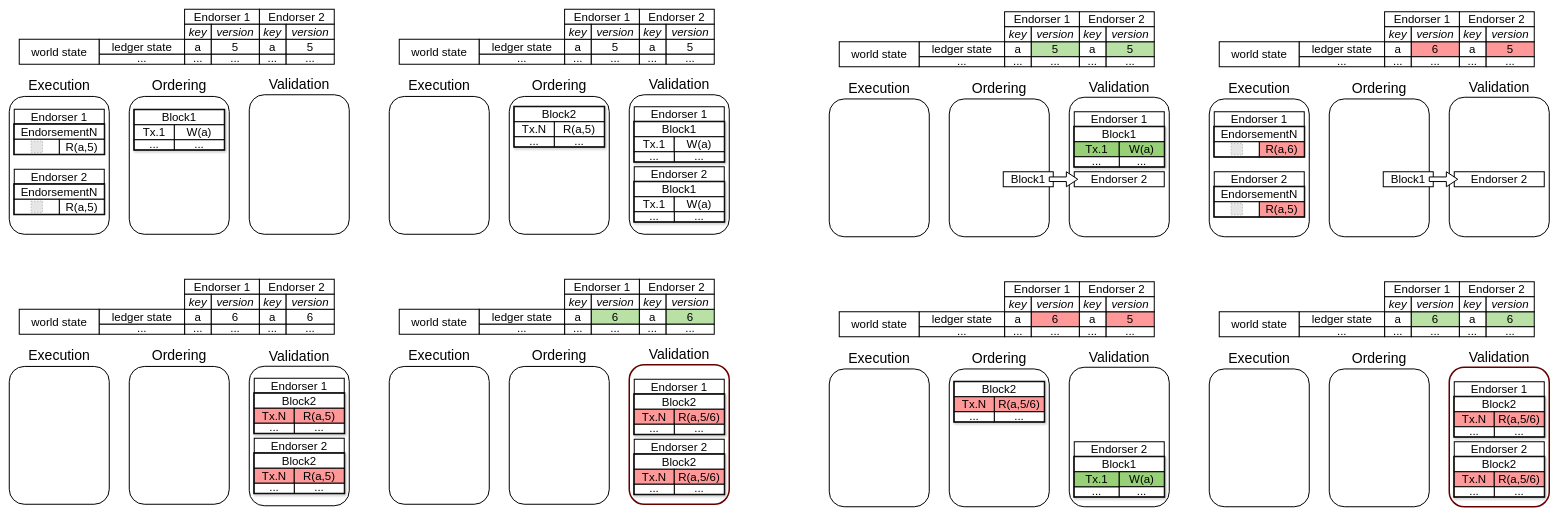
This is page "Page-5" (5 of 5) of diagrams/EndorsementPolicyFailure.drawio from David-Sat/blockbench-setup, a draw.io file, before an edit. Source tidied: cells renumbered, new cells numbered last; positions are measured from the earlier drawing's top-left corner, leaving out a move shared by most shapes. Both pictures are drawn from the tidied source at 50%, with x=0, y=0 at pixel (9, 9). Pictures stored in the file or linked from it are replaced by grey dashed boxes.
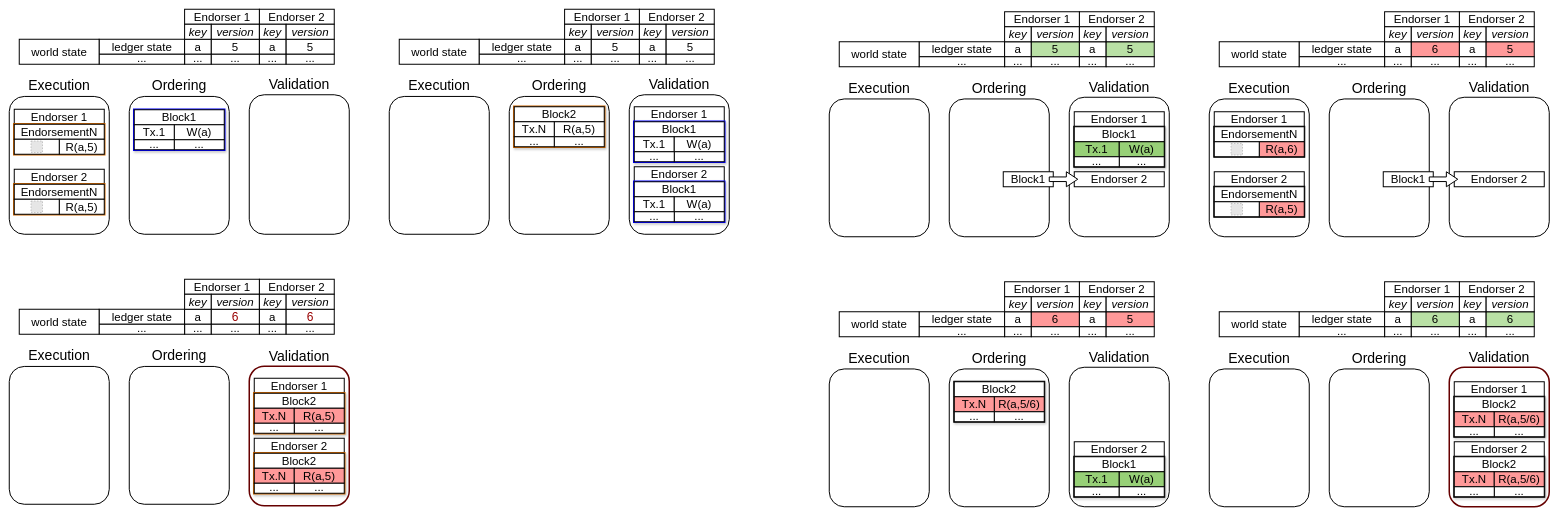
The same page after the edit.

The change refers to these unchanged cells:
```xml
<mxCell id="169" style="group;fontSize=23;fontStyle=0;" parent="1" vertex="1">
  <mxGeometry x="1000" y="140" width="200" height="310" as="geometry" />
</mxCell>
<mxCell id="184" style="group;fontStyle=0;" parent="181" vertex="1">
  <mxGeometry x="10" y="60" width="180" height="90" as="geometry" />
</mxCell>
<mxCell id="192" style="group;fontStyle=0;" parent="181" vertex="1">
  <mxGeometry x="10" y="180" width="180" height="90" as="geometry" />
</mxCell>
<mxCell id="200" style="group;fontSize=23;fontStyle=0;" parent="1" vertex="1">
  <mxGeometry x="240" y="140" width="240" height="310" as="geometry" />
</mxCell>
<mxCell id="212" style="group;shadow=0;fontSize=23;fontStyle=0;" parent="209" vertex="1">
  <mxGeometry x="10" y="55" width="180" height="110" as="geometry" />
</mxCell>
<mxCell id="220" style="group;shadow=0;fontSize=23;fontStyle=0;" parent="209" vertex="1">
  <mxGeometry x="10" y="175" width="180" height="110" as="geometry" />
</mxCell>
<mxCell id="269" style="group;fontStyle=0;" parent="1" vertex="1">
  <mxGeometry x="30" y="540" width="620" height="110" as="geometry" />
</mxCell>
<mxCell id="331" style="group;fontSize=23;fontStyle=0;" parent="1" vertex="1">
  <mxGeometry x="480" y="683" width="200" height="310" as="geometry" />
</mxCell>
<mxCell id="334" style="group;shadow=0;fontSize=23;fontStyle=0;" parent="331" vertex="1">
  <mxGeometry x="10" y="55" width="180" height="110" as="geometry" />
</mxCell>
<mxCell id="342" style="group;shadow=0;fontSize=23;fontStyle=0;" parent="331" vertex="1">
  <mxGeometry x="10" y="175" width="180" height="110" as="geometry" />
</mxCell>
```

What changed in the source:
```diff
@@
-    <mxCell id="172" style="group;strokeColor=#000000;strokeWidth=4;shadow=1;" parent="169" vertex="1">
+    <mxCell id="172" style="group;strokeWidth=5;shadow=1;strokeColor=#CC6600;" parent="169" vertex="1">
       <mxGeometry x="10" y="55" width="180" height="80" as="geometry" />
     </mxCell>
@@
-    <mxCell id="186" style="group;strokeColor=#000000;strokeWidth=4;fontStyle=0;" parent="184" vertex="1">
+    <mxCell id="186" style="group;strokeWidth=5;fontStyle=0;strokeColor=#CC6600;" parent="184" vertex="1">
       <mxGeometry y="30" width="180" height="60" as="geometry" />
     </mxCell>
@@
-    <mxCell id="194" style="group;strokeColor=#000000;strokeWidth=4;fontStyle=0;" parent="192" vertex="1">
+    <mxCell id="194" style="group;strokeWidth=5;fontStyle=0;strokeColor=#CC6600;" parent="192" vertex="1">
       <mxGeometry y="30" width="180" height="60" as="geometry" />
     </mxCell>
@@
-    <mxCell id="203" style="group;strokeColor=#000000;strokeWidth=4;shadow=1;" parent="200" vertex="1">
+    <mxCell id="203" style="group;strokeWidth=5;shadow=1;strokeColor=#0000FF;" parent="200" vertex="1">
       <mxGeometry x="10" y="61" width="180" height="80" as="geometry" />
     </mxCell>
@@
-    <mxCell id="214" style="group;strokeColor=#000000;strokeWidth=4;shadow=1;fontSize=23;fontStyle=0;" parent="212" vertex="1">
+    <mxCell id="214" style="group;strokeWidth=5;shadow=1;fontSize=23;fontStyle=0;strokeColor=#0000FF;" parent="212" vertex="1">
       <mxGeometry y="30" width="180" height="80" as="geometry" />
     </mxCell>
@@
-    <mxCell id="222" style="group;strokeColor=#000000;strokeWidth=4;shadow=1;fontSize=23;fontStyle=0;" parent="220" vertex="1">
+    <mxCell id="222" style="group;strokeWidth=5;shadow=1;fontSize=23;fontStyle=0;strokeColor=#0000FF;" parent="220" vertex="1">
       <mxGeometry y="30" width="180" height="80" as="geometry" />
     </mxCell>
@@
-    <mxCell id="272" value="6" style="rounded=0;whiteSpace=wrap;html=1;strokeWidth=2;fontSize=23;fontStyle=0;fillColor=#FFFFFF;" parent="269" vertex="1">
+    <mxCell id="272" value="6" style="rounded=0;whiteSpace=wrap;html=1;strokeWidth=2;fontSize=24;fontStyle=0;fillColor=#FFFFFF;fontColor=#990000;" parent="269" vertex="1">
       <mxGeometry x="374.1" y="60" width="96.2" height="30" as="geometry" />
     </mxCell>
@@
-    <mxCell id="274" value="6" style="rounded=0;whiteSpace=wrap;html=1;strokeWidth=2;fontSize=23;fontStyle=0;fillColor=#FFFFFF;" parent="269" vertex="1">
+    <mxCell id="274" value="6" style="rounded=0;whiteSpace=wrap;html=1;strokeWidth=2;fontSize=24;fontStyle=0;fillColor=#FFFFFF;fontColor=#990000;" parent="269" vertex="1">
       <mxGeometry x="523.8" y="60" width="96.2" height="30" as="geometry" />
     </mxCell>
@@
-    <mxCell id="287" style="group;shadow=0;fontSize=23;fontStyle=0;" parent="1" vertex="1">
-      <mxGeometry x="1240" y="680" width="200" height="310" as="geometry" />
-    </mxCell>
-    <mxCell id="288" style="rounded=1;whiteSpace=wrap;html=1;strokeWidth=3;fillColor=none;fontSize=23;fontStyle=0;strokeColor=#660000;" parent="287" vertex="1">
-      <mxGeometry y="31" width="200" height="279" as="geometry" />
-    </mxCell>
-    <mxCell id="289" value="Validation" style="text;html=1;strokeColor=none;fillColor=none;align=center;verticalAlign=middle;whiteSpace=wrap;rounded=0;fontSize=28;fontStyle=0;" parent="287" vertex="1">
-      <mxGeometry x="80" width="40" height="20.7" as="geometry" />
-    </mxCell>
-    <mxCell id="290" style="group;shadow=0;fontSize=23;fontStyle=0;" parent="287" vertex="1">
-      <mxGeometry x="10" y="60" width="180" height="110" as="geometry" />
-    </mxCell>
-    <mxCell id="291" value="Endorser 1" style="rounded=0;whiteSpace=wrap;html=1;strokeWidth=2;fontSize=23;shadow=0;fontStyle=0;" parent="290" vertex="1">
-      <mxGeometry width="180" height="30" as="geometry" />
-    </mxCell>
-    <mxCell id="292" style="group;strokeColor=#000000;strokeWidth=4;shadow=1;fontSize=23;fontStyle=0;" parent="290" vertex="1">
-      <mxGeometry y="30" width="180" height="80" as="geometry" />
-    </mxCell>
-    <mxCell id="293" value="Block2" style="rounded=0;whiteSpace=wrap;html=1;strokeWidth=2;fontSize=23;fontStyle=0;" parent="292" vertex="1">
-      <mxGeometry width="180" height="30" as="geometry" />
-    </mxCell>
-    <mxCell id="294" value="Tx.N" style="rounded=0;whiteSpace=wrap;html=1;strokeWidth=2;fontSize=23;fontStyle=0;fillColor=#FF9999;" parent="292" vertex="1">
-      <mxGeometry y="30" width="80" height="30" as="geometry" />
-    </mxCell>
-    <mxCell id="295" value="R(a,5/6)" style="rounded=0;whiteSpace=wrap;html=1;strokeWidth=2;fontSize=23;fontStyle=0;fillColor=#FF9999;" parent="292" vertex="1">
-      <mxGeometry x="80" y="30" width="100" height="30" as="geometry" />
-    </mxCell>
-    <mxCell id="296" value="..." style="rounded=0;whiteSpace=wrap;html=1;strokeWidth=2;fontSize=23;spacingBottom=4;fontStyle=0;" parent="292" vertex="1">
-      <mxGeometry x="80" y="60" width="100" height="20" as="geometry" />
-    </mxCell>
-    <mxCell id="297" value="..." style="rounded=0;whiteSpace=wrap;html=1;strokeWidth=2;fontSize=23;spacingBottom=4;fontStyle=0;" parent="287" vertex="1">
-      <mxGeometry x="10" y="150" width="80" height="20" as="geometry" />
-    </mxCell>
-    <mxCell id="298" style="group;shadow=0;fontSize=23;fontStyle=0;" parent="287" vertex="1">
-      <mxGeometry x="10" y="180" width="180" height="110" as="geometry" />
-    </mxCell>
-    <mxCell id="299" value="Endorser 2" style="rounded=0;whiteSpace=wrap;html=1;strokeWidth=2;fontSize=23;shadow=0;fontStyle=0;" parent="298" vertex="1">
-      <mxGeometry width="180" height="30" as="geometry" />
-    </mxCell>
-    <mxCell id="300" style="group;strokeColor=#000000;strokeWidth=4;shadow=1;fontSize=23;fontStyle=0;" parent="298" vertex="1">
-      <mxGeometry y="30" width="180" height="80" as="geometry" />
-    </mxCell>
-    <mxCell id="301" value="Block2" style="rounded=0;whiteSpace=wrap;html=1;strokeWidth=2;fontSize=23;fontStyle=0;" parent="300" vertex="1">
-      <mxGeometry width="180" height="30" as="geometry" />
-    </mxCell>
-    <mxCell id="302" value="Tx.N" style="rounded=0;whiteSpace=wrap;html=1;strokeWidth=2;fontSize=23;fontStyle=0;fillColor=#FF9999;" parent="300" vertex="1">
-      <mxGeometry y="30" width="80" height="30" as="geometry" />
-    </mxCell>
-    <mxCell id="303" value="R(a,5/6)" style="rounded=0;whiteSpace=wrap;html=1;strokeWidth=2;fontSize=23;fontStyle=0;fillColor=#FF9999;" parent="300" vertex="1">
-      <mxGeometry x="80" y="30" width="100" height="30" as="geometry" />
-    </mxCell>
-    <mxCell id="304" value="..." style="rounded=0;whiteSpace=wrap;html=1;strokeWidth=2;fontSize=23;spacingBottom=4;fontStyle=0;" parent="300" vertex="1">
-      <mxGeometry x="80" y="60" width="100" height="20" as="geometry" />
-    </mxCell>
-    <mxCell id="305" value="..." style="rounded=0;whiteSpace=wrap;html=1;strokeWidth=2;fontSize=23;spacingBottom=4;fontStyle=0;" parent="287" vertex="1">
-      <mxGeometry x="10" y="270" width="80" height="20" as="geometry" />
-    </mxCell>
-    <mxCell id="306" style="group;fontSize=23;fontStyle=0;" parent="1" vertex="1">
-      <mxGeometry x="760" y="680" width="200" height="310" as="geometry" />
-    </mxCell>
-    <mxCell id="307" style="rounded=1;whiteSpace=wrap;html=1;strokeWidth=2;fillColor=none;shadow=0;fontSize=23;fontStyle=0;" parent="306" vertex="1">
-      <mxGeometry y="34.4" width="200" height="275.6" as="geometry" />
-    </mxCell>
-    <mxCell id="308" value="Execution" style="text;html=1;strokeColor=none;fillColor=none;align=center;verticalAlign=middle;whiteSpace=wrap;rounded=0;fontSize=28;fontStyle=0;" parent="306" vertex="1">
-      <mxGeometry x="80" width="40" height="23" as="geometry" />
-    </mxCell>
-    <mxCell id="309" style="group;fontSize=23;fontStyle=0;" parent="1" vertex="1">
-      <mxGeometry x="1000" y="680" width="240" height="310" as="geometry" />
-    </mxCell>
-    <mxCell id="310" style="rounded=1;whiteSpace=wrap;html=1;strokeWidth=2;fillColor=none;fontSize=23;fontStyle=0;" parent="309" vertex="1">
-      <mxGeometry y="34.4" width="200" height="275.6" as="geometry" />
-    </mxCell>
-    <mxCell id="311" value="Ordering" style="text;html=1;strokeColor=none;fillColor=none;align=center;verticalAlign=middle;whiteSpace=wrap;rounded=0;fontSize=28;fontStyle=0;" parent="309" vertex="1">
-      <mxGeometry x="80" width="40" height="23" as="geometry" />
-    </mxCell>
-    <mxCell id="312" style="group;fontStyle=0;" parent="1" vertex="1">
-      <mxGeometry x="790" y="540" width="620" height="110" as="geometry" />
-    </mxCell>
-    <mxCell id="313" value="ledger state" style="rounded=0;whiteSpace=wrap;html=1;strokeWidth=2;fontSize=23;fontStyle=0;" parent="312" vertex="1">
-      <mxGeometry x="149.7" y="60" width="171" height="30" as="geometry" />
-    </mxCell>
-    <mxCell id="314" value="a" style="rounded=0;whiteSpace=wrap;html=1;strokeWidth=2;fontSize=23;fontStyle=0;" parent="312" vertex="1">
-      <mxGeometry x="320.7" y="60" width="53.4" height="30" as="geometry" />
-    </mxCell>
-    <mxCell id="315" value="6" style="rounded=0;whiteSpace=wrap;html=1;strokeWidth=2;fontSize=23;fontStyle=0;fillColor=#B9E0A5;" parent="312" vertex="1">
-      <mxGeometry x="374.1" y="60" width="96.2" height="30" as="geometry" />
-    </mxCell>
-    <mxCell id="316" value="a" style="rounded=0;whiteSpace=wrap;html=1;strokeWidth=2;fontSize=23;fontStyle=0;" parent="312" vertex="1">
-      <mxGeometry x="470.3" y="60" width="53.4" height="30" as="geometry" />
-    </mxCell>
-    <mxCell id="317" value="6" style="rounded=0;whiteSpace=wrap;html=1;strokeWidth=2;fontSize=23;fontStyle=0;fillColor=#B9E0A5;" parent="312" vertex="1">
-      <mxGeometry x="523.8" y="60" width="96.2" height="30" as="geometry" />
-    </mxCell>
-    <mxCell id="318" value="Endorser 1" style="rounded=0;whiteSpace=wrap;html=1;strokeWidth=2;fontSize=23;fontStyle=0;" parent="312" vertex="1">
-      <mxGeometry x="320.7" width="149.7" height="30" as="geometry" />
-    </mxCell>
-    <mxCell id="319" value="Endorser 2" style="rounded=0;whiteSpace=wrap;html=1;strokeWidth=2;fontSize=23;fontStyle=0;" parent="312" vertex="1">
-      <mxGeometry x="470.3" width="149.7" height="30" as="geometry" />
-    </mxCell>
-    <mxCell id="320" value="key" style="rounded=0;whiteSpace=wrap;html=1;strokeWidth=2;fontSize=23;fontStyle=2;" parent="312" vertex="1">
-      <mxGeometry x="320.7" y="30" width="53.4" height="30" as="geometry" />
-    </mxCell>
-    <mxCell id="321" value="version" style="rounded=0;whiteSpace=wrap;html=1;strokeWidth=2;fontSize=23;fontStyle=2;" parent="312" vertex="1">
-      <mxGeometry x="374.1" y="30" width="96.2" height="30" as="geometry" />
-    </mxCell>
-    <mxCell id="322" value="key" style="rounded=0;whiteSpace=wrap;html=1;strokeWidth=2;fontSize=23;fontStyle=2;" parent="312" vertex="1">
-      <mxGeometry x="470.3" y="30" width="53.4" height="30" as="geometry" />
-    </mxCell>
-    <mxCell id="323" value="version" style="rounded=0;whiteSpace=wrap;html=1;strokeWidth=2;fontSize=23;fontStyle=2;" parent="312" vertex="1">
-      <mxGeometry x="523.8" y="30" width="96.2" height="30" as="geometry" />
-    </mxCell>
-    <mxCell id="324" value="..." style="rounded=0;whiteSpace=wrap;html=1;strokeWidth=2;fontSize=23;spacingBottom=5;fontStyle=0;" parent="312" vertex="1">
-      <mxGeometry x="320.7" y="90" width="53.4" height="20" as="geometry" />
-    </mxCell>
-    <mxCell id="325" value="..." style="rounded=0;whiteSpace=wrap;html=1;strokeWidth=2;fontSize=23;spacingBottom=5;fontStyle=0;" parent="312" vertex="1">
-      <mxGeometry x="374.1" y="90" width="96.2" height="20" as="geometry" />
-    </mxCell>
-    <mxCell id="326" value="..." style="rounded=0;whiteSpace=wrap;html=1;strokeWidth=2;fontSize=23;spacingBottom=5;fontStyle=0;" parent="312" vertex="1">
-      <mxGeometry x="470.3" y="90" width="53.4" height="20" as="geometry" />
-    </mxCell>
-    <mxCell id="327" value="..." style="rounded=0;whiteSpace=wrap;html=1;strokeWidth=2;fontSize=23;spacingBottom=5;fontStyle=0;" parent="312" vertex="1">
-      <mxGeometry x="523.8" y="90" width="96.2" height="20" as="geometry" />
-    </mxCell>
-    <mxCell id="328" value="..." style="rounded=0;whiteSpace=wrap;html=1;strokeWidth=2;fontSize=23;spacingBottom=5;fontStyle=0;" parent="312" vertex="1">
-      <mxGeometry x="149.7" y="90" width="171" height="20" as="geometry" />
-    </mxCell>
-    <mxCell id="329" value="world state" style="rounded=0;whiteSpace=wrap;html=1;strokeWidth=2;fontSize=23;fontStyle=0;" parent="312" vertex="1">
-      <mxGeometry x="-10" y="60" width="159.7" height="50" as="geometry" />
-    </mxCell>
@@
-    <mxCell id="332" style="rounded=1;whiteSpace=wrap;html=1;strokeWidth=2;fillColor=none;fontSize=23;fontStyle=0;" parent="331" vertex="1">
+    <mxCell id="332" style="rounded=1;whiteSpace=wrap;html=1;strokeWidth=3;fillColor=none;fontSize=23;fontStyle=0;strokeColor=#660000;" parent="331" vertex="1">
       <mxGeometry y="31" width="200" height="279" as="geometry" />
     </mxCell>
@@
-    <mxCell id="336" style="group;strokeColor=#000000;strokeWidth=4;shadow=1;fontSize=23;fontStyle=0;" parent="334" vertex="1">
+    <mxCell id="336" style="group;strokeWidth=5;shadow=1;fontSize=23;fontStyle=0;strokeColor=#CC6600;" parent="334" vertex="1">
       <mxGeometry y="30" width="180" height="80" as="geometry" />
     </mxCell>
@@
-    <mxCell id="344" style="group;strokeColor=#000000;strokeWidth=4;shadow=1;fontSize=23;fontStyle=0;" parent="342" vertex="1">
+    <mxCell id="344" style="group;strokeWidth=5;shadow=1;fontSize=23;fontStyle=0;strokeColor=#CC6600;" parent="342" vertex="1">
       <mxGeometry y="30" width="180" height="80" as="geometry" />
     </mxCell>
```
